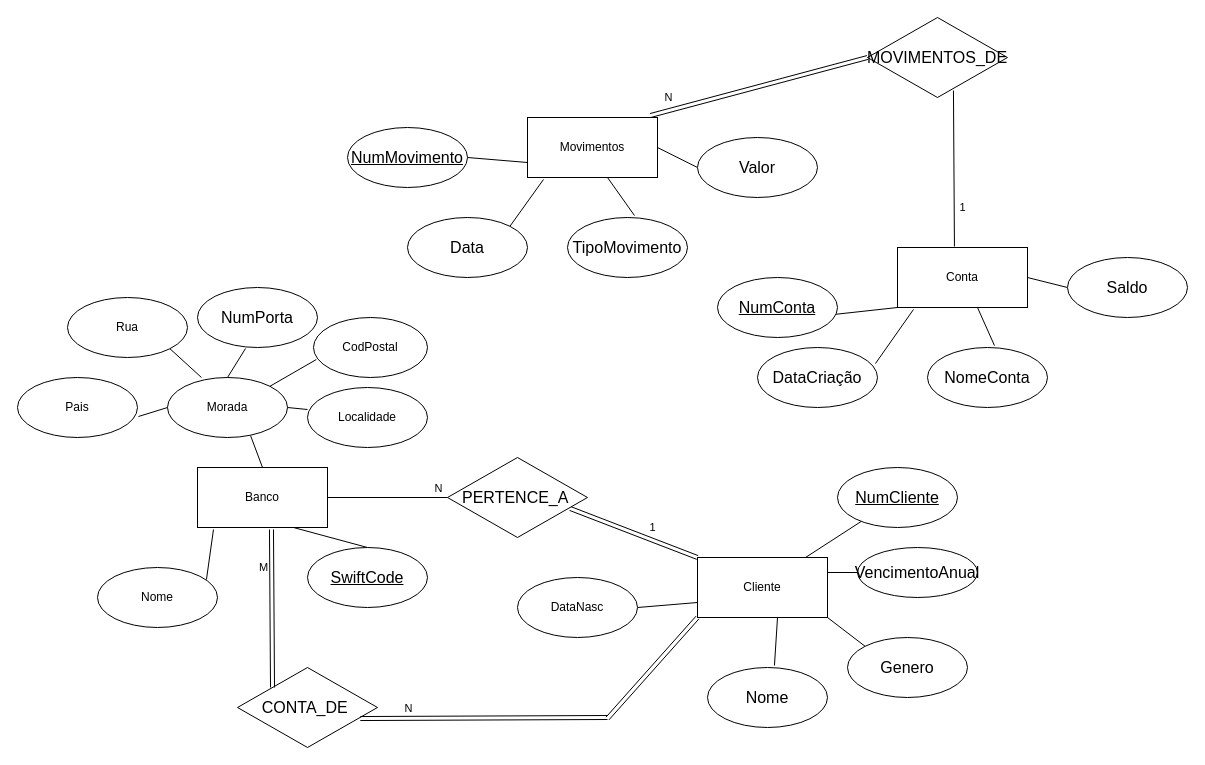
Before: Banco.drawio in RubenA2109/diagramas, a draw.io diagram. Source tidied: cells renumbered, new cells numbered last; positions are measured from the earlier drawing's top-left corner, leaving out a move shared by most shapes. Both pictures are drawn from the tidied source at 100%, with x=0, y=0 at pixel (17, 17).
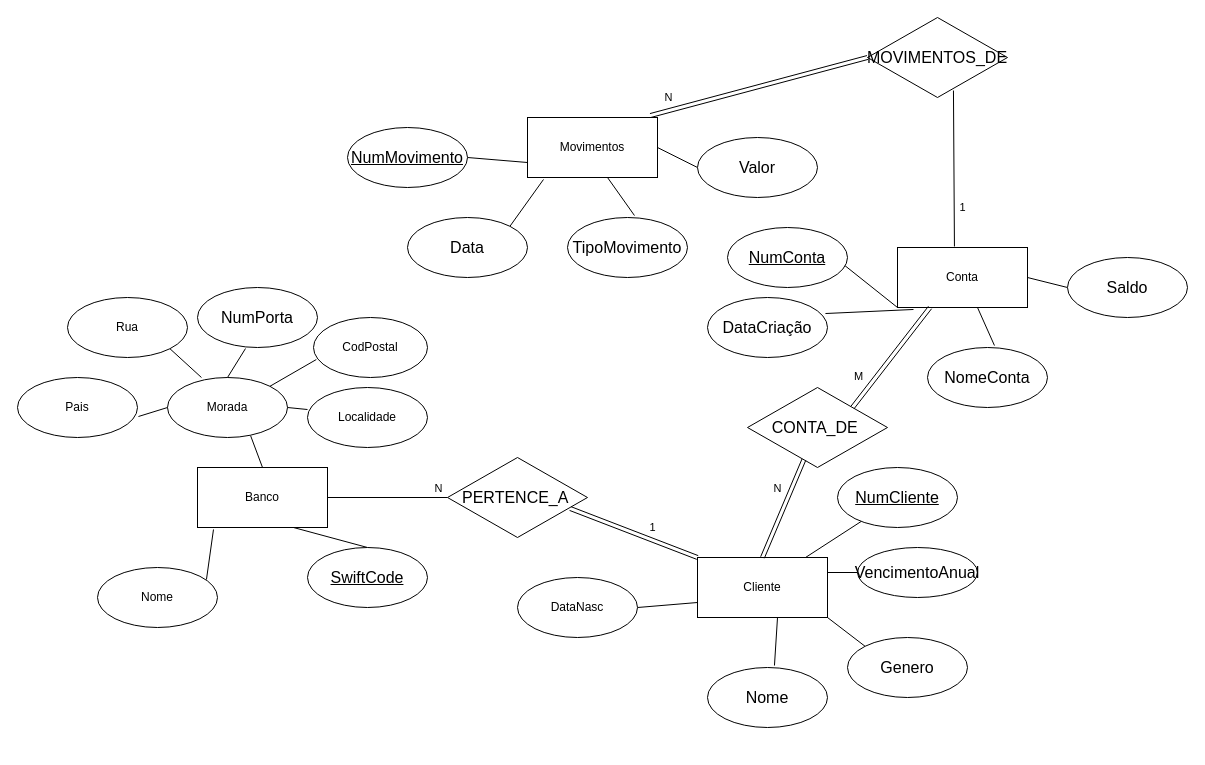
After the change.

The change refers to these unchanged cells:
```xml
<mxCell id="2" value="Banco" style="rounded=0;whiteSpace=wrap;html=1;" parent="1" vertex="1">
  <mxGeometry x="180" y="450" width="130" height="60" as="geometry" />
</mxCell>
<mxCell id="19" value="Conta" style="rounded=0;whiteSpace=wrap;html=1;" parent="1" vertex="1">
  <mxGeometry x="880" y="230" width="130" height="60" as="geometry" />
</mxCell>
<mxCell id="27" value="Cliente" style="rounded=0;whiteSpace=wrap;html=1;" parent="1" vertex="1">
  <mxGeometry x="680" y="540" width="130" height="60" as="geometry" />
</mxCell>
```

What changed in the source:
```diff
@@
     <mxCell id="21" value="&lt;span id=&quot;docs-internal-guid-eecc849c-7fff-a8e4-0079-9e0dd7293841&quot;&gt;&lt;span style=&quot;font-size: 12pt; font-family: Calibri, sans-serif; background-color: transparent; font-variant-numeric: normal; font-variant-east-asian: normal; font-variant-alternates: normal; font-variant-position: normal; font-variant-emoji: normal; text-decoration-line: underline; text-decoration-skip-ink: none; vertical-align: baseline; white-space-collapse: preserve;&quot;&gt;NumConta&lt;/span&gt;&lt;/span&gt;" style="ellipse;whiteSpace=wrap;html=1;" parent="1" vertex="1">
-      <mxGeometry x="700" y="260" width="120" height="60" as="geometry" />
+      <mxGeometry x="710" y="210" width="120" height="60" as="geometry" />
     </mxCell>
@@
     <mxCell id="23" value="&lt;span id=&quot;docs-internal-guid-45e8f6db-7fff-b8f6-5726-cbc982e7de0b&quot;&gt;&lt;span style=&quot;font-size: 12pt; font-family: Calibri, sans-serif; background-color: transparent; font-variant-numeric: normal; font-variant-east-asian: normal; font-variant-alternates: normal; font-variant-position: normal; font-variant-emoji: normal; vertical-align: baseline; white-space-collapse: preserve;&quot;&gt;DataCriação&lt;/span&gt;&lt;/span&gt;" style="ellipse;whiteSpace=wrap;html=1;" parent="1" vertex="1">
-      <mxGeometry x="740" y="330" width="120" height="60" as="geometry" />
+      <mxGeometry x="690" y="280" width="120" height="60" as="geometry" />
     </mxCell>
@@
     <mxCell id="51" value="&lt;span id=&quot;docs-internal-guid-7cbd8f8c-7fff-58b5-bdf9-abe8471444fa&quot;&gt;&lt;span style=&quot;font-size: 12pt; font-family: Calibri, sans-serif; background-color: transparent; font-variant-numeric: normal; font-variant-east-asian: normal; font-variant-alternates: normal; font-variant-position: normal; font-variant-emoji: normal; vertical-align: baseline; white-space-collapse: preserve;&quot;&gt;CONTA_DE &lt;/span&gt;&lt;/span&gt;" style="shape=rhombus;perimeter=rhombusPerimeter;whiteSpace=wrap;html=1;align=center;" parent="1" vertex="1">
-      <mxGeometry x="220" y="650" width="140" height="80" as="geometry" />
+      <mxGeometry x="730" y="370" width="140" height="80" as="geometry" />
     </mxCell>
-    <mxCell id="52" style="shape=link;html=1;rounded=0;exitX=0.877;exitY=0.638;exitDx=0;exitDy=0;exitPerimeter=0;" parent="1" edge="1" source="51">
-      <mxGeometry relative="1" as="geometry">
-        <mxPoint x="590" y="700" as="targetPoint" />
-      </mxGeometry>
+    <mxCell id="52" style="shape=link;html=1;rounded=0;entryX=0.25;entryY=1;entryDx=0;entryDy=0;exitX=1;exitY=0;exitDx=0;exitDy=0;" parent="1" edge="1" source="51" target="19">
+      <mxGeometry relative="1" as="geometry" />
     </mxCell>
-    <mxCell id="53" value="N" style="edgeLabel;html=1;align=center;verticalAlign=middle;" parent="52" vertex="1">
-      <mxGeometry x="0.47" y="1" relative="1" as="geometry">
-        <mxPoint x="-134" y="-9" as="offset" />
-      </mxGeometry>
-    </mxCell>
-    <mxCell id="54" style="shape=link;html=1;rounded=0;exitX=0.569;exitY=1.033;exitDx=0;exitDy=0;exitPerimeter=0;entryX=0;entryY=0;entryDx=0;entryDy=0;" parent="1" edge="1" source="2" target="51">
-      <mxGeometry relative="1" as="geometry" />
-    </mxCell>
-    <mxCell id="55" value="M" style="edgeLabel;html=1;align=center;verticalAlign=middle;" parent="54" vertex="1">
-      <mxGeometry x="-0.49" relative="1" as="geometry">
-        <mxPoint x="-9" y="-2" as="offset" />
+    <mxCell id="55" value="M" style="edgeLabel;html=1;align=center;verticalAlign=middle;" parent="52" vertex="1">
+      <mxGeometry x="-0.47" y="-1" relative="1" as="geometry">
+        <mxPoint x="-16" y="-5" as="offset" />
       </mxGeometry>
     </mxCell>
@@
-    <mxCell id="58" style="shape=link;html=1;rounded=0;exitX=0.877;exitY=0.638;exitDx=0;exitDy=0;exitPerimeter=0;entryX=0;entryY=1;entryDx=0;entryDy=0;" parent="1" edge="1" target="27">
-      <mxGeometry relative="1" as="geometry">
-        <mxPoint x="590" y="701" as="sourcePoint" />
-      </mxGeometry>
-    </mxCell>
@@
+    <mxCell id="64" style="shape=link;html=1;rounded=0;exitX=0.5;exitY=0;exitDx=0;exitDy=0;" parent="1" edge="1" source="27" target="51">
+      <mxGeometry relative="1" as="geometry" />
+    </mxCell>
+    <mxCell id="53" value="N" style="edgeLabel;html=1;align=center;verticalAlign=middle;" parent="64" vertex="1">
+      <mxGeometry x="0.1" y="3" relative="1" as="geometry">
+        <mxPoint x="-5" y="-15" as="offset" />
+      </mxGeometry>
+    </mxCell>
```
